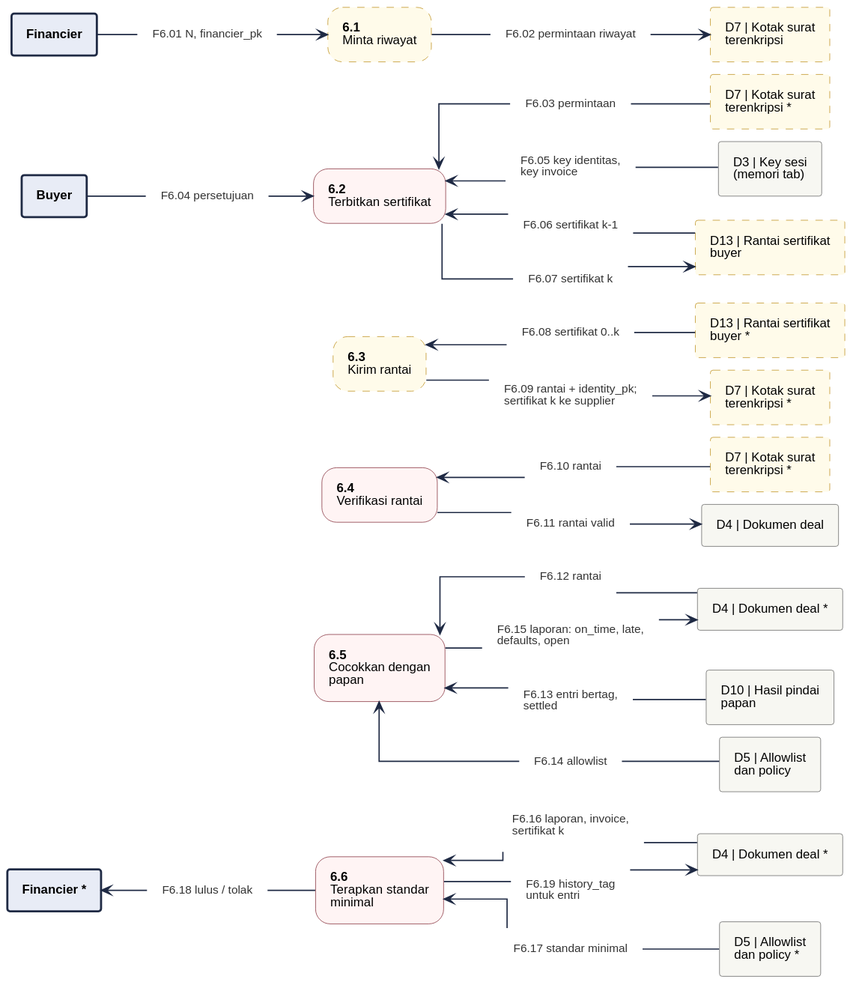
Earlier version of the PlantUML export 08-FlowDiagrams/assets/dfd-2-6.svg (JitsuinFi/jitsuinfi-vault). Source of this version:
```plantuml
@startuml
!include dfd-style.iuml
left to right direction
skinparam nodesep 12
skinparam ranksep 35
rectangle "Financier *" <<entity>> as F_6
rectangle "D5 | Allowlist\ndan policy *" <<store>> as D5_6
rectangle "D4 | Dokumen deal *" <<store>> as D4_6
rectangle "D5 | Allowlist\ndan policy" <<store>> as D5_5
rectangle "D10 | Hasil pindai\npapan" <<store>> as D10_5
rectangle "D4 | Dokumen deal *" <<store>> as D4_5
rectangle "D4 | Dokumen deal" <<store>> as D4_4
rectangle "D7 | Kotak surat\nterenkripsi *" <<storeproposal>> as D7_4
rectangle "D7 | Kotak surat\nterenkripsi *" <<storeproposal>> as D7_3
rectangle "D13 | Rantai sertifikat\nbuyer *" <<storeproposal>> as D13_3
rectangle "D13 | Rantai sertifikat\nbuyer" <<storeproposal>> as D13_2
rectangle "D3 | Key sesi\n(memori tab)" <<store>> as D3_2
rectangle "Buyer" <<entity>> as B_2
rectangle "D7 | Kotak surat\nterenkripsi *" <<storeproposal>> as D7_2
rectangle "D7 | Kotak surat\nterenkripsi" <<storeproposal>> as D7_1
rectangle "Financier" <<entity>> as F_1
rectangle "**6.6**\nTerapkan standar\nminimal" <<process>> as P6
rectangle "**6.5**\nCocokkan dengan\npapan" <<process>> as P5
rectangle "**6.4**\nVerifikasi rantai" <<process>> as P4
rectangle "**6.3**\nKirim rantai" <<proposal>> as P3
rectangle "**6.2**\nTerbitkan sertifikat" <<process>> as P2
rectangle "**6.1**\nMinta riwayat" <<proposal>> as P1
rectangle "F6.01 N, financier_pk" <<flow>> as f_F6_01
rectangle "F6.02 permintaan riwayat" <<flow>> as f_F6_02
rectangle "F6.03 permintaan" <<flow>> as f_F6_03
rectangle "F6.04 persetujuan" <<flow>> as f_F6_04
rectangle "F6.05 key identitas,\nkey invoice" <<flow>> as f_F6_05
rectangle "F6.06 sertifikat k-1" <<flow>> as f_F6_06
rectangle "F6.07 sertifikat k" <<flow>> as f_F6_07
rectangle "F6.08 sertifikat 0..k" <<flow>> as f_F6_08
rectangle "F6.09 rantai + identity_pk;\nsertifikat k ke supplier" <<flow>> as f_F6_09
rectangle "F6.10 rantai" <<flow>> as f_F6_10
rectangle "F6.11 rantai valid" <<flow>> as f_F6_11
rectangle "F6.12 rantai" <<flow>> as f_F6_12
rectangle "F6.13 entri bertag,\nsettled" <<flow>> as f_F6_13
rectangle "F6.14 allowlist" <<flow>> as f_F6_14
rectangle "F6.15 laporan: on_time, late,\ndefaults, open" <<flow>> as f_F6_15
rectangle "F6.16 laporan, invoice,\nsertifikat k" <<flow>> as f_F6_16
rectangle "F6.17 standar minimal" <<flow>> as f_F6_17
rectangle "F6.18 lulus / tolak" <<flow>> as f_F6_18
rectangle "F6.19 history_tag\nuntuk entri" <<flow>> as f_F6_19
F_1 -- f_F6_01
f_F6_01 --> P1
P1 -- f_F6_02
f_F6_02 --> D7_1
P2 <-- f_F6_03
f_F6_03 -- D7_2
B_2 -- f_F6_04
f_F6_04 --> P2
P2 <-- f_F6_05
f_F6_05 -- D3_2
P2 <-- f_F6_06
f_F6_06 -- D13_2
P2 -- f_F6_07
f_F6_07 --> D13_2
P3 <-- f_F6_08
f_F6_08 -- D13_3
P3 -- f_F6_09
f_F6_09 --> D7_3
P4 <-- f_F6_10
f_F6_10 -- D7_4
P4 -- f_F6_11
f_F6_11 --> D4_4
P5 <-- f_F6_12
f_F6_12 -- D4_5
P5 <-- f_F6_13
f_F6_13 -- D10_5
P5 <-- f_F6_14
f_F6_14 -- D5_5
P5 -- f_F6_15
f_F6_15 --> D4_5
P6 <-- f_F6_16
f_F6_16 -- D4_6
P6 <-- f_F6_17
f_F6_17 -- D5_6
F_6 <-- f_F6_18
f_F6_18 -- P6
P6 -- f_F6_19
f_F6_19 --> D4_6
rectangle " " <<spacer>> as sp_P3_a
rectangle " " <<spacer>> as sp_P3_b
sp_P3_a -[hidden]- sp_P3_b
sp_P3_b -[hidden]- P3
rectangle " " <<spacer>> as sp_P4_a
rectangle " " <<spacer>> as sp_P4_b
sp_P4_a -[hidden]- sp_P4_b
sp_P4_b -[hidden]- P4
rectangle " " <<spacer>> as sp_P5_a
rectangle " " <<spacer>> as sp_P5_b
sp_P5_a -[hidden]- sp_P5_b
sp_P5_b -[hidden]- P5
@enduml
```
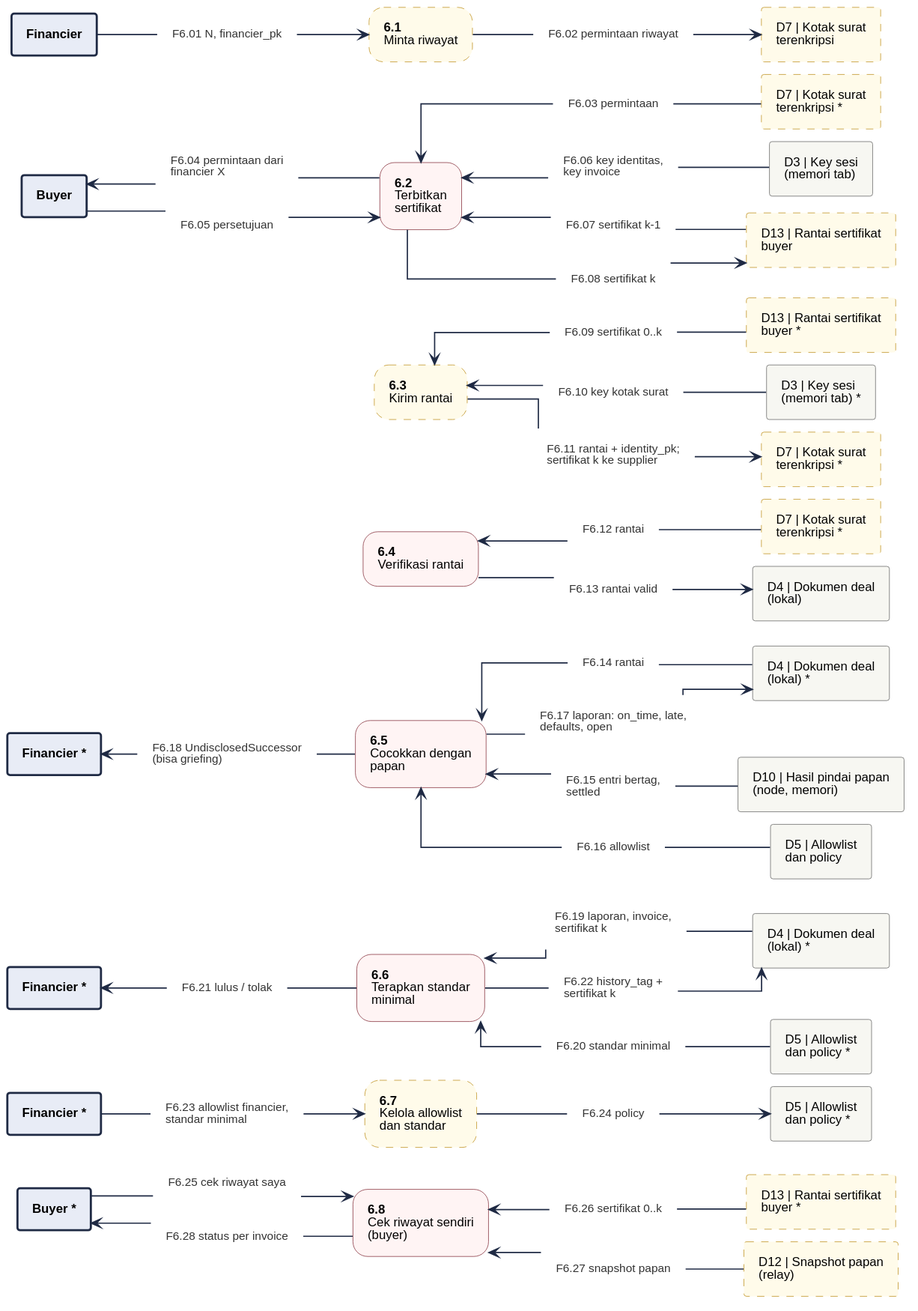
After the commit.

The edit, as a diff of the source:
```diff
@@ -3,15 +3,22 @@
 left to right direction
 skinparam nodesep 12
 skinparam ranksep 35
+rectangle "D12 | Snapshot papan\n(relay)" <<storeproposal>> as D12_8
+rectangle "D13 | Rantai sertifikat\nbuyer *" <<storeproposal>> as D13_8
+rectangle "Buyer *" <<entity>> as B_8
+rectangle "D5 | Allowlist\ndan policy *" <<store>> as D5_7
+rectangle "Financier *" <<entity>> as F_7
 rectangle "Financier *" <<entity>> as F_6
 rectangle "D5 | Allowlist\ndan policy *" <<store>> as D5_6
-rectangle "D4 | Dokumen deal *" <<store>> as D4_6
+rectangle "D4 | Dokumen deal\n(lokal) *" <<store>> as D4_6
+rectangle "Financier *" <<entity>> as F_5
 rectangle "D5 | Allowlist\ndan policy" <<store>> as D5_5
-rectangle "D10 | Hasil pindai\npapan" <<store>> as D10_5
-rectangle "D4 | Dokumen deal *" <<store>> as D4_5
-rectangle "D4 | Dokumen deal" <<store>> as D4_4
+rectangle "D10 | Hasil pindai papan\n(node, memori)" <<store>> as D10_5
+rectangle "D4 | Dokumen deal\n(lokal) *" <<store>> as D4_5
+rectangle "D4 | Dokumen deal\n(lokal)" <<store>> as D4_4
 rectangle "D7 | Kotak surat\nterenkripsi *" <<storeproposal>> as D7_4
 rectangle "D7 | Kotak surat\nterenkripsi *" <<storeproposal>> as D7_3
+rectangle "D3 | Key sesi\n(memori tab) *" <<store>> as D3_3
 rectangle "D13 | Rantai sertifikat\nbuyer *" <<storeproposal>> as D13_3
 rectangle "D13 | Rantai sertifikat\nbuyer" <<storeproposal>> as D13_2
 rectangle "D3 | Key sesi\n(memori tab)" <<store>> as D3_2
@@ -19,69 +26,98 @@
 rectangle "D7 | Kotak surat\nterenkripsi *" <<storeproposal>> as D7_2
 rectangle "D7 | Kotak surat\nterenkripsi" <<storeproposal>> as D7_1
 rectangle "Financier" <<entity>> as F_1
+rectangle "**6.8**\nCek riwayat sendiri\n(buyer)" <<process>> as P8
+rectangle "**6.7**\nKelola allowlist\ndan standar" <<proposal>> as P7
 rectangle "**6.6**\nTerapkan standar\nminimal" <<process>> as P6
 rectangle "**6.5**\nCocokkan dengan\npapan" <<process>> as P5
 rectangle "**6.4**\nVerifikasi rantai" <<process>> as P4
 rectangle "**6.3**\nKirim rantai" <<proposal>> as P3
-rectangle "**6.2**\nTerbitkan sertifikat" <<process>> as P2
+rectangle "**6.2**\nTerbitkan\nsertifikat" <<process>> as P2
 rectangle "**6.1**\nMinta riwayat" <<proposal>> as P1
 rectangle "F6.01 N, financier_pk" <<flow>> as f_F6_01
 rectangle "F6.02 permintaan riwayat" <<flow>> as f_F6_02
 rectangle "F6.03 permintaan" <<flow>> as f_F6_03
-rectangle "F6.04 persetujuan" <<flow>> as f_F6_04
-rectangle "F6.05 key identitas,\nkey invoice" <<flow>> as f_F6_05
-rectangle "F6.06 sertifikat k-1" <<flow>> as f_F6_06
-rectangle "F6.07 sertifikat k" <<flow>> as f_F6_07
-rectangle "F6.08 sertifikat 0..k" <<flow>> as f_F6_08
-rectangle "F6.09 rantai + identity_pk;\nsertifikat k ke supplier" <<flow>> as f_F6_09
-rectangle "F6.10 rantai" <<flow>> as f_F6_10
-rectangle "F6.11 rantai valid" <<flow>> as f_F6_11
+rectangle "F6.04 permintaan dari\nfinancier X" <<flow>> as f_F6_04
+rectangle "F6.05 persetujuan" <<flow>> as f_F6_05
+rectangle "F6.06 key identitas,\nkey invoice" <<flow>> as f_F6_06
+rectangle "F6.07 sertifikat k-1" <<flow>> as f_F6_07
+rectangle "F6.08 sertifikat k" <<flow>> as f_F6_08
+rectangle "F6.09 sertifikat 0..k" <<flow>> as f_F6_09
+rectangle "F6.10 key kotak surat" <<flow>> as f_F6_10
+rectangle "F6.11 rantai + identity_pk;\nsertifikat k ke supplier" <<flow>> as f_F6_11
 rectangle "F6.12 rantai" <<flow>> as f_F6_12
-rectangle "F6.13 entri bertag,\nsettled" <<flow>> as f_F6_13
-rectangle "F6.14 allowlist" <<flow>> as f_F6_14
-rectangle "F6.15 laporan: on_time, late,\ndefaults, open" <<flow>> as f_F6_15
-rectangle "F6.16 laporan, invoice,\nsertifikat k" <<flow>> as f_F6_16
-rectangle "F6.17 standar minimal" <<flow>> as f_F6_17
-rectangle "F6.18 lulus / tolak" <<flow>> as f_F6_18
-rectangle "F6.19 history_tag\nuntuk entri" <<flow>> as f_F6_19
+rectangle "F6.13 rantai valid" <<flow>> as f_F6_13
+rectangle "F6.14 rantai" <<flow>> as f_F6_14
+rectangle "F6.15 entri bertag,\nsettled" <<flow>> as f_F6_15
+rectangle "F6.16 allowlist" <<flow>> as f_F6_16
+rectangle "F6.17 laporan: on_time, late,\ndefaults, open" <<flow>> as f_F6_17
+rectangle "F6.18 UndisclosedSuccessor\n(bisa griefing)" <<flow>> as f_F6_18
+rectangle "F6.19 laporan, invoice,\nsertifikat k" <<flow>> as f_F6_19
+rectangle "F6.20 standar minimal" <<flow>> as f_F6_20
+rectangle "F6.21 lulus / tolak" <<flow>> as f_F6_21
+rectangle "F6.22 history_tag +\nsertifikat k" <<flow>> as f_F6_22
+rectangle "F6.23 allowlist financier,\nstandar minimal" <<flow>> as f_F6_23
+rectangle "F6.24 policy" <<flow>> as f_F6_24
+rectangle "F6.25 cek riwayat saya" <<flow>> as f_F6_25
+rectangle "F6.26 sertifikat 0..k" <<flow>> as f_F6_26
+rectangle "F6.27 snapshot papan" <<flow>> as f_F6_27
+rectangle "F6.28 status per invoice" <<flow>> as f_F6_28
 F_1 -- f_F6_01
 f_F6_01 --> P1
 P1 -- f_F6_02
 f_F6_02 --> D7_1
 P2 <-- f_F6_03
 f_F6_03 -- D7_2
-B_2 -- f_F6_04
-f_F6_04 --> P2
-P2 <-- f_F6_05
-f_F6_05 -- D3_2
+B_2 <-- f_F6_04
+f_F6_04 -- P2
+B_2 -- f_F6_05
+f_F6_05 --> P2
 P2 <-- f_F6_06
-f_F6_06 -- D13_2
-P2 -- f_F6_07
-f_F6_07 --> D13_2
-P3 <-- f_F6_08
-f_F6_08 -- D13_3
-P3 -- f_F6_09
-f_F6_09 --> D7_3
-P4 <-- f_F6_10
-f_F6_10 -- D7_4
-P4 -- f_F6_11
-f_F6_11 --> D4_4
-P5 <-- f_F6_12
-f_F6_12 -- D4_5
-P5 <-- f_F6_13
-f_F6_13 -- D10_5
+f_F6_06 -- D3_2
+P2 <-- f_F6_07
+f_F6_07 -- D13_2
+P2 -- f_F6_08
+f_F6_08 --> D13_2
+P3 <-- f_F6_09
+f_F6_09 -- D13_3
+P3 <-- f_F6_10
+f_F6_10 -- D3_3
+P3 -- f_F6_11
+f_F6_11 --> D7_3
+P4 <-- f_F6_12
+f_F6_12 -- D7_4
+P4 -- f_F6_13
+f_F6_13 --> D4_4
 P5 <-- f_F6_14
-f_F6_14 -- D5_5
-P5 -- f_F6_15
-f_F6_15 --> D4_5
-P6 <-- f_F6_16
-f_F6_16 -- D4_6
-P6 <-- f_F6_17
-f_F6_17 -- D5_6
-F_6 <-- f_F6_18
-f_F6_18 -- P6
-P6 -- f_F6_19
-f_F6_19 --> D4_6
+f_F6_14 -- D4_5
+P5 <-- f_F6_15
+f_F6_15 -- D10_5
+P5 <-- f_F6_16
+f_F6_16 -- D5_5
+P5 -- f_F6_17
+f_F6_17 --> D4_5
+F_5 <-- f_F6_18
+f_F6_18 -- P5
+P6 <-- f_F6_19
+f_F6_19 -- D4_6
+P6 <-- f_F6_20
+f_F6_20 -- D5_6
+F_6 <-- f_F6_21
+f_F6_21 -- P6
+P6 -- f_F6_22
+f_F6_22 --> D4_6
+F_7 -- f_F6_23
+f_F6_23 --> P7
+P7 -- f_F6_24
+f_F6_24 --> D5_7
+B_8 -- f_F6_25
+f_F6_25 --> P8
+P8 <-- f_F6_26
+f_F6_26 -- D13_8
+P8 <-- f_F6_27
+f_F6_27 -- D12_8
+B_8 <-- f_F6_28
+f_F6_28 -- P8
 rectangle " " <<spacer>> as sp_P3_a
 rectangle " " <<spacer>> as sp_P3_b
 sp_P3_a -[hidden]- sp_P3_b
@@ -90,8 +126,4 @@
 rectangle " " <<spacer>> as sp_P4_b
 sp_P4_a -[hidden]- sp_P4_b
 sp_P4_b -[hidden]- P4
-rectangle " " <<spacer>> as sp_P5_a
-rectangle " " <<spacer>> as sp_P5_b
-sp_P5_a -[hidden]- sp_P5_b
-sp_P5_b -[hidden]- P5
 @enduml
```
